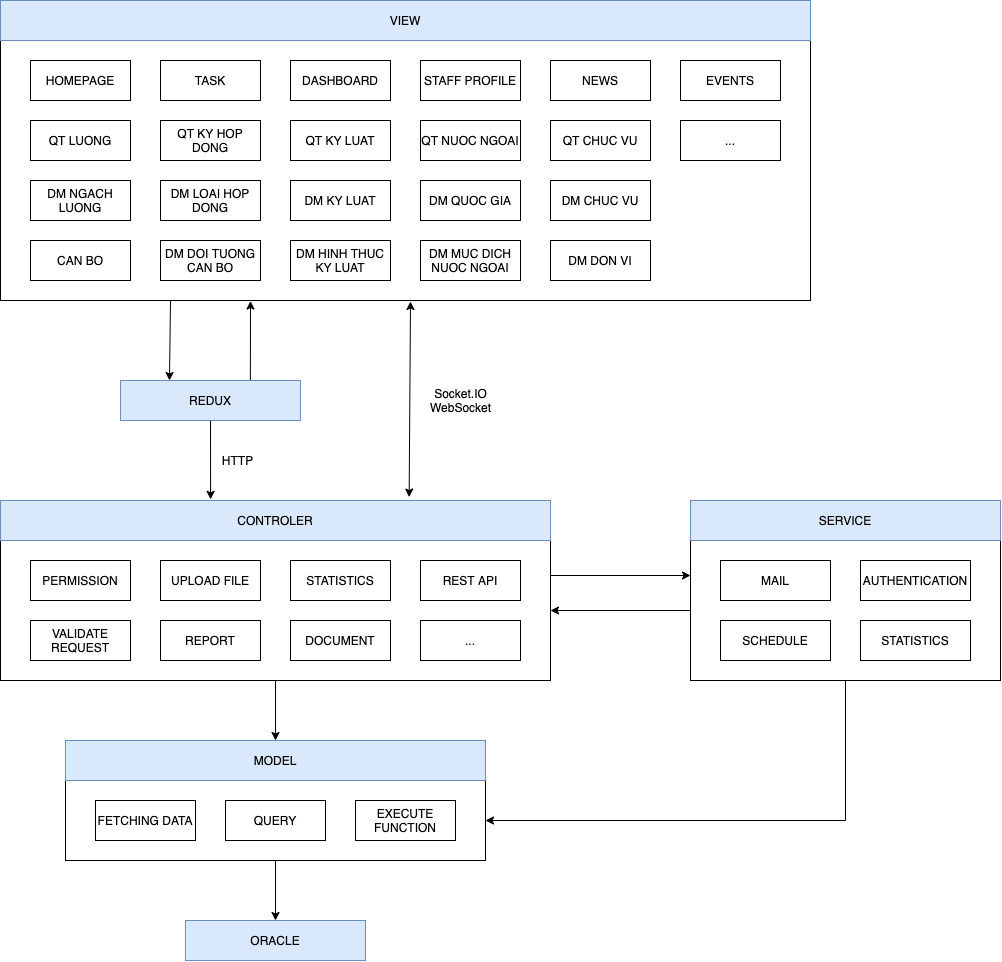
namgold/LVTN_REPORT keeps this draw.io diagram as img/MVCInTchc.png. Above is the earlier version. Source tidied: cells renumbered, new cells last; positions are measured from the earlier drawing's top-left corner, leaving out a move shared by most shapes.
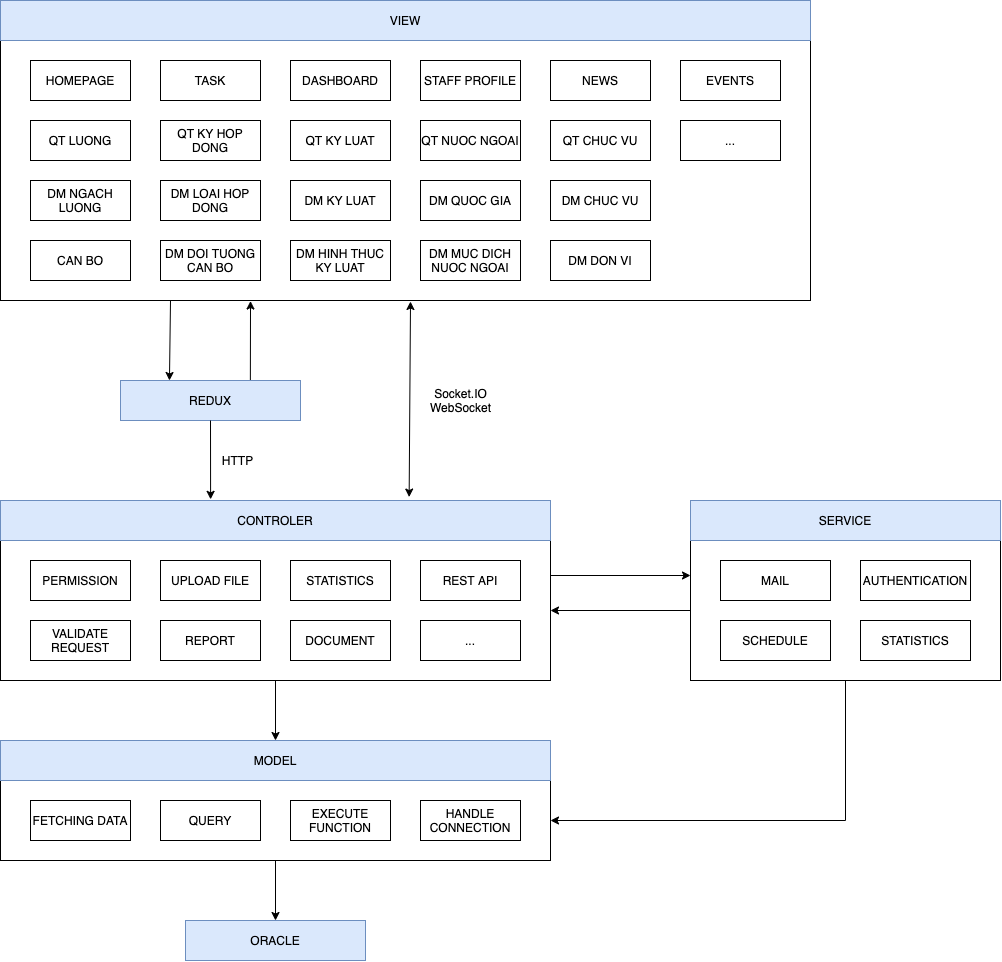
After the commit.

Change to the diagram source:
```diff
@@ -35,16 +35,16 @@
       <mxGeometry relative="1" as="geometry" />
     </mxCell>
     <mxCell id="11" style="rounded=0;whiteSpace=wrap;html=1;" parent="1" vertex="1">
-      <mxGeometry x="65" y="780" width="420" height="80" as="geometry" />
+      <mxGeometry y="780" width="550" height="80" as="geometry" />
     </mxCell>
     <mxCell id="12" value="MODEL" style="rounded=0;whiteSpace=wrap;html=1;fillColor=#dae8fc;strokeColor=#6c8ebf;" parent="1" vertex="1">
-      <mxGeometry x="65" y="740" width="420" height="40" as="geometry" />
+      <mxGeometry y="740" width="550" height="40" as="geometry" />
     </mxCell>
     <mxCell id="13" value="QUERY" style="rounded=0;whiteSpace=wrap;html=1;" parent="1" vertex="1">
-      <mxGeometry x="225" y="800" width="100" height="40" as="geometry" />
+      <mxGeometry x="160" y="800" width="100" height="40" as="geometry" />
     </mxCell>
     <mxCell id="14" value="EXECUTE FUNCTION" style="rounded=0;whiteSpace=wrap;html=1;" parent="1" vertex="1">
-      <mxGeometry x="355" y="800" width="100" height="40" as="geometry" />
+      <mxGeometry x="290" y="800" width="100" height="40" as="geometry" />
     </mxCell>
     <mxCell id="15" value="ORACLE" style="rounded=0;whiteSpace=wrap;html=1;fillColor=#dae8fc;strokeColor=#6c8ebf;" parent="1" vertex="1">
       <mxGeometry x="185" y="920" width="180" height="40" as="geometry" />
@@ -59,7 +59,7 @@
       <mxGeometry x="30" y="620" width="100" height="40" as="geometry" />
     </mxCell>
     <mxCell id="19" value="FETCHING DATA" style="rounded=0;whiteSpace=wrap;html=1;" parent="1" vertex="1">
-      <mxGeometry x="95" y="800" width="100" height="40" as="geometry" />
+      <mxGeometry x="30" y="800" width="100" height="40" as="geometry" />
     </mxCell>
     <mxCell id="20" value="HTTP" style="text;html=1;align=center;verticalAlign=middle;" parent="1" vertex="1">
       <mxGeometry x="212" y="450" width="50" height="20" as="geometry" />
@@ -190,5 +190,8 @@
     <mxCell id="59" value="..." style="rounded=0;whiteSpace=wrap;html=1;" parent="1" vertex="1">
       <mxGeometry x="420" y="620" width="100" height="40" as="geometry" />
     </mxCell>
+    <mxCell id="60" value="HANDLE&lt;br&gt;CONNECTION" style="rounded=0;whiteSpace=wrap;html=1;" parent="1" vertex="1">
+      <mxGeometry x="420" y="800" width="100" height="40" as="geometry" />
+    </mxCell>
   </root>
 </mxGraphModel>
```
